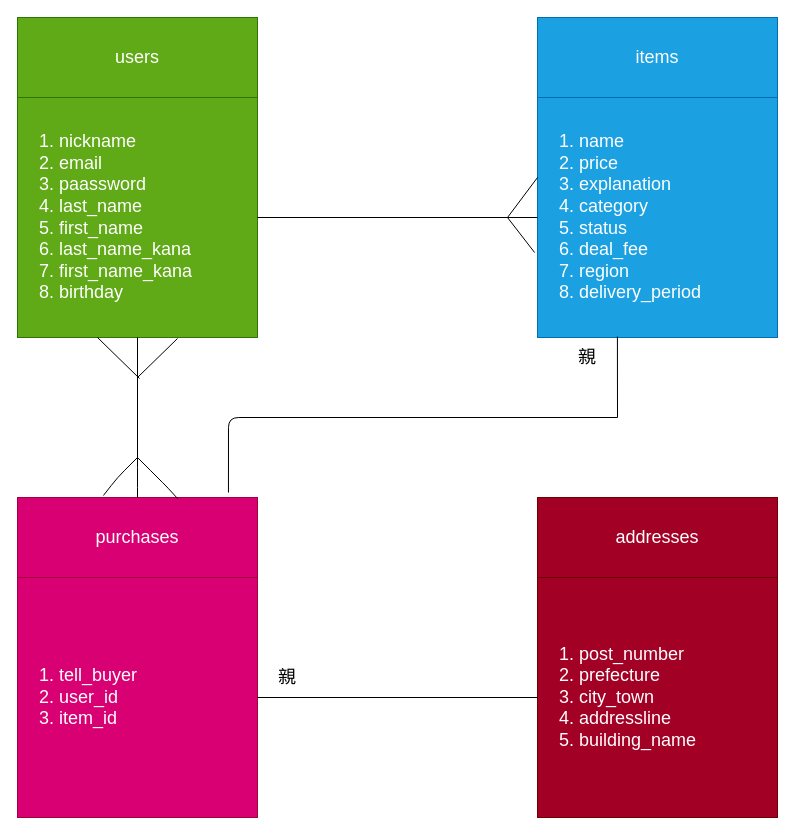
Masahiro913/furima-30564 keeps this draw.io diagram as frima.drawio. Above is the earlier version. Source tidied: cells renumbered, new cells numbered last; positions are measured from the earlier drawing's top-left corner, leaving out a move shared by most shapes. Both pictures are drawn from the tidied source at 100%, with x=0, y=0 at pixel (17, 17).
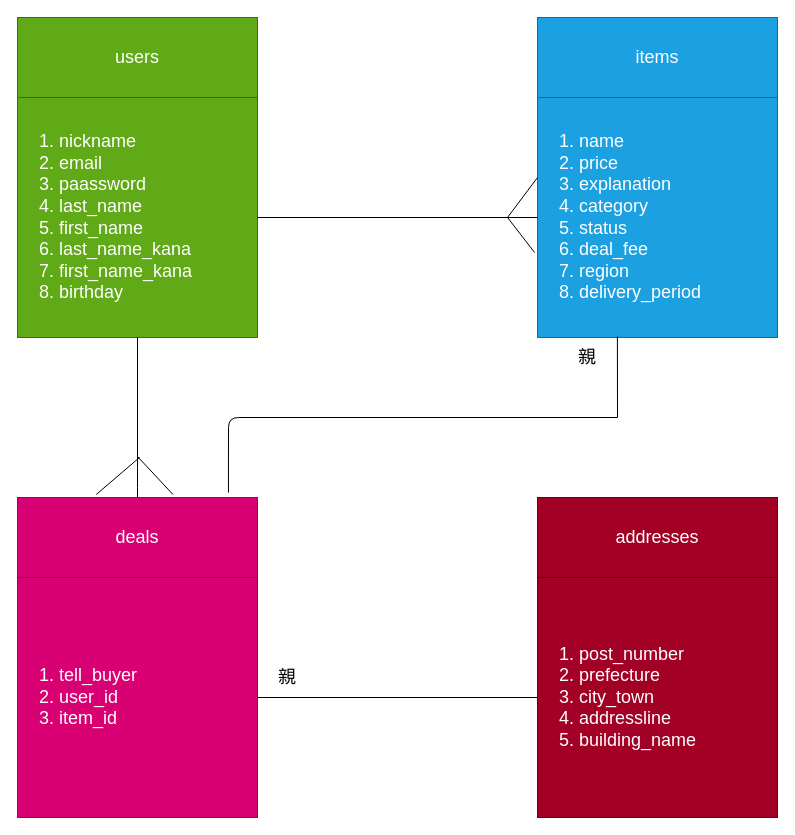
The same page after the edit.

What changed in the source:
```diff
@@
-    <mxCell id="8" value="purchases" style="rounded=0;whiteSpace=wrap;html=1;strokeWidth=1;fillColor=#d80073;fontSize=18;strokeColor=#A50040;fontColor=#ffffff;" parent="1" vertex="1">
+    <mxCell id="8" value="deals" style="rounded=0;whiteSpace=wrap;html=1;strokeWidth=1;fillColor=#d80073;fontSize=18;strokeColor=#A50040;fontColor=#ffffff;" parent="1" vertex="1">
       <mxGeometry y="480" width="240" height="80" as="geometry" />
     </mxCell>
@@
-    <mxCell id="10" style="endArrow=none;html=1;fontSize=18;exitX=0.358;exitY=-0.025;exitDx=0;exitDy=0;exitPerimeter=0;" parent="1" edge="1" source="8">
-      <mxGeometry relative="1" as="geometry">
-        <mxPoint x="120" y="440" as="targetPoint" />
-        <Array as="points">
-          <mxPoint x="100" y="460" />
-        </Array>
-      </mxGeometry>
-    </mxCell>
-    <mxCell id="11" style="endArrow=none;html=1;fontSize=18;" parent="1" edge="1">
+    <mxCell id="11" style="endArrow=none;html=1;fontSize=18;exitX=0.328;exitY=-0.037;exitDx=0;exitDy=0;exitPerimeter=0;" parent="1" edge="1" source="8">
       <mxGeometry relative="1" as="geometry">
-        <mxPoint x="80" y="320" as="sourcePoint" />
-        <mxPoint x="122" y="361" as="targetPoint" />
+        <mxPoint x="122" y="440" as="targetPoint" />
       </mxGeometry>
     </mxCell>
-    <mxCell id="12" style="endArrow=none;html=1;fontSize=18;entryX=0.667;entryY=0.013;entryDx=0;entryDy=0;entryPerimeter=0;" parent="1" edge="1" target="8">
-      <mxGeometry relative="1" as="geometry">
-        <mxPoint x="120" y="440" as="sourcePoint" />
-        <Array as="points">
-          <mxPoint x="140" y="460" />
-          <mxPoint x="150" y="470" />
-        </Array>
-      </mxGeometry>
-    </mxCell>
-    <mxCell id="13" style="endArrow=none;html=1;fontSize=18;" parent="1" edge="1">
+    <mxCell id="13" style="endArrow=none;html=1;fontSize=18;entryX=0.648;entryY=-0.037;entryDx=0;entryDy=0;entryPerimeter=0;" parent="1" edge="1" target="8">
       <mxGeometry relative="1" as="geometry">
-        <mxPoint x="120" y="360" as="sourcePoint" />
-        <mxPoint x="160" y="321" as="targetPoint" />
+        <mxPoint x="120" y="439" as="sourcePoint" />
       </mxGeometry>
     </mxCell>
```
